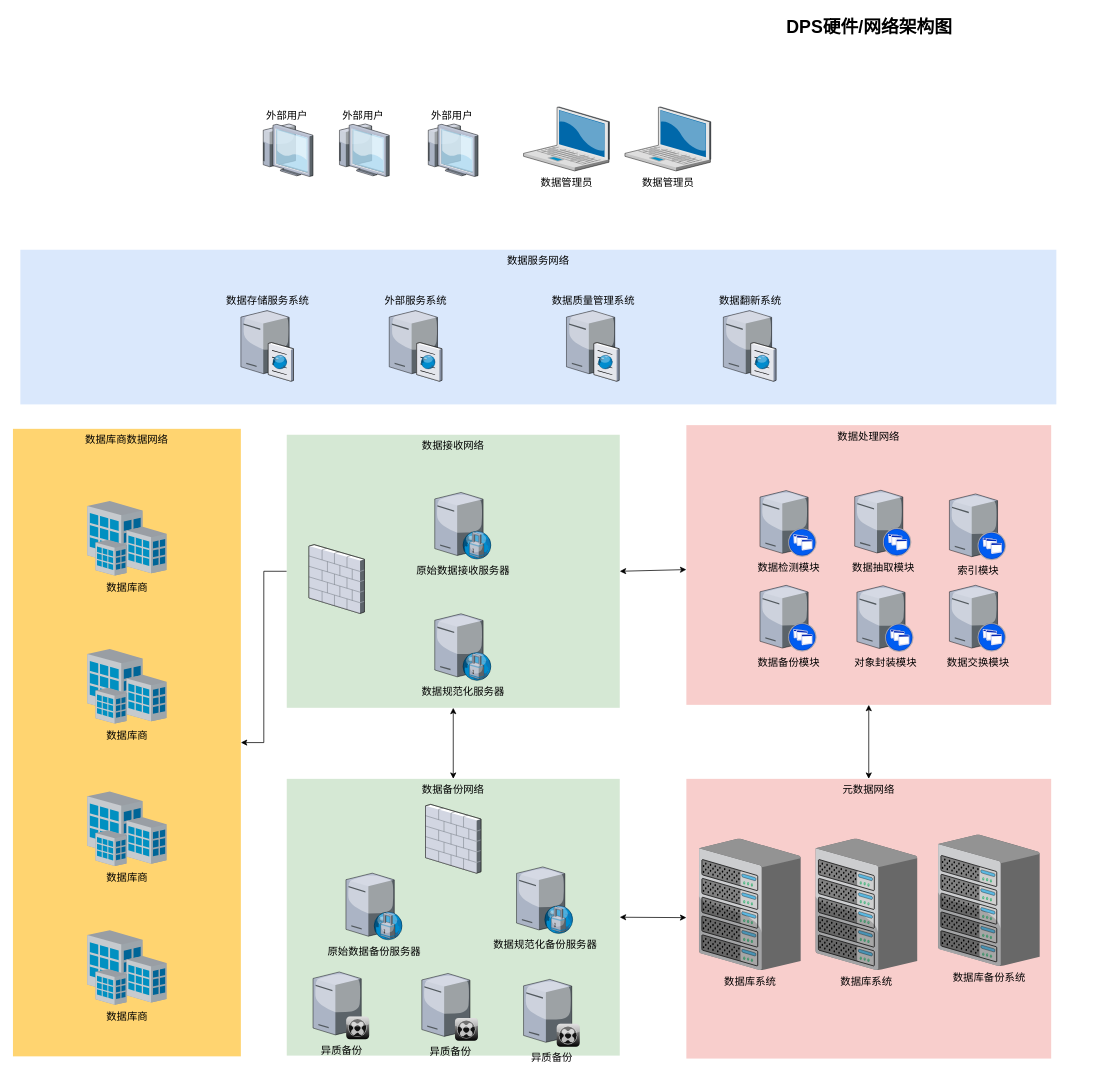
The draw.io diagram DPSNEW-hardwareall.drawio in czjczj20/draw.io, before the edit. Source tidied: cells renumbered, new cells numbered last; positions are measured from the earlier drawing's top-left corner, leaving out a move shared by most shapes. Both pictures are drawn from the tidied source at 74%, with x=0, y=0 at pixel (13, 13).
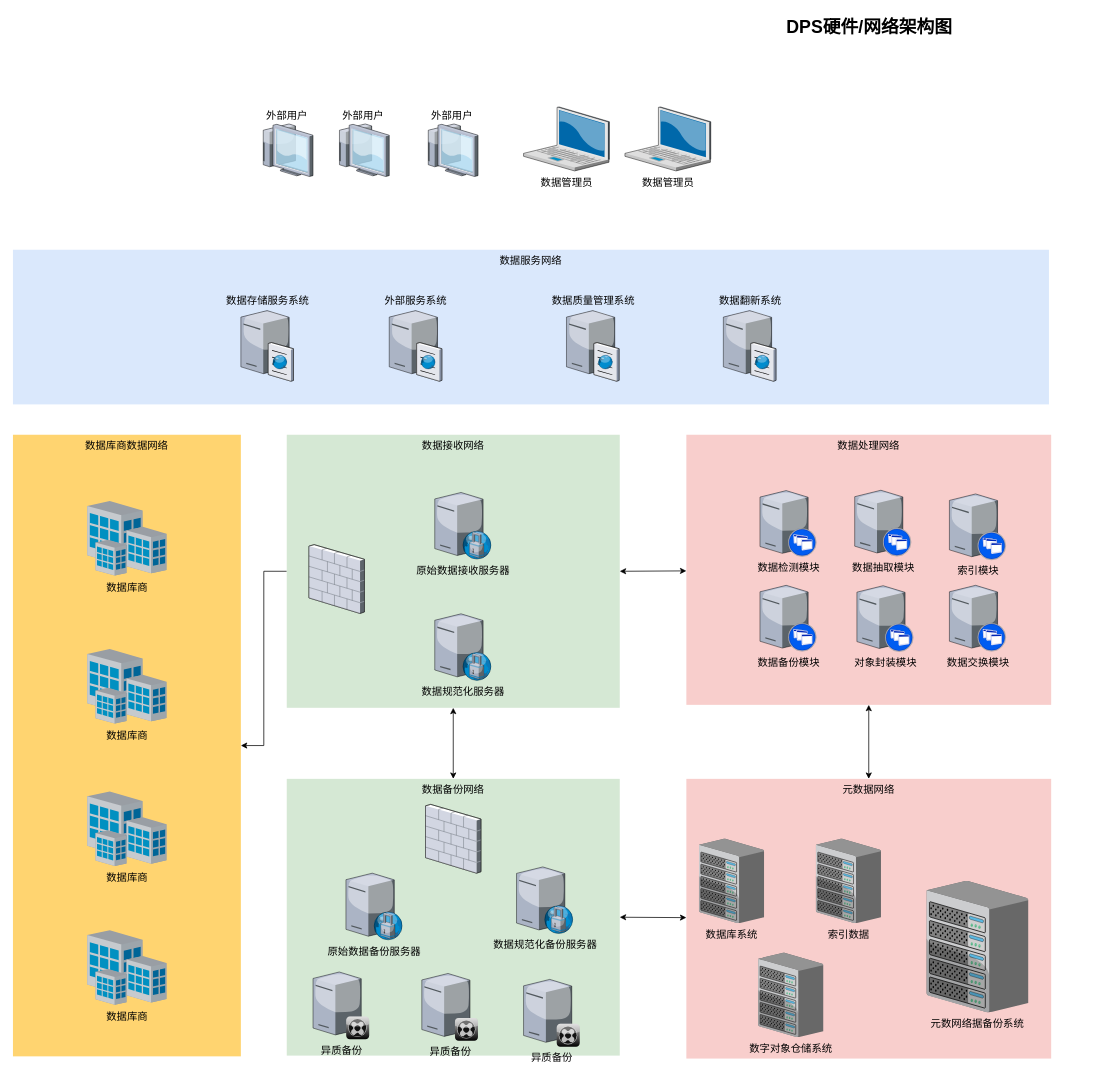
The same diagram, later.

What changed in the source:
```diff
@@
     <mxCell id="2" value="数据处理网络" style="whiteSpace=wrap;html=1;fillColor=#f8cecc;fontSize=14;strokeColor=none;verticalAlign=top;" parent="1" vertex="1">
-      <mxGeometry x="910" y="557" width="493" height="378" as="geometry" />
+      <mxGeometry x="910" y="570" width="493" height="365" as="geometry" />
     </mxCell>
@@
     <mxCell id="6" value="数据库商数据网络" style="whiteSpace=wrap;html=1;fillColor=#FFD470;gradientColor=none;fontSize=14;strokeColor=none;verticalAlign=top;" parent="1" vertex="1">
-      <mxGeometry y="562" width="308" height="848" as="geometry" />
+      <mxGeometry y="570" width="308" height="840" as="geometry" />
     </mxCell>
@@
     <mxCell id="16" value="数据库系统" style="verticalLabelPosition=bottom;html=1;verticalAlign=top;strokeColor=none;shape=mxgraph.citrix.chassis;fillColor=#66B2FF;gradientColor=#0066CC;fontSize=14;" parent="1" vertex="1">
-      <mxGeometry x="927" y="1116" width="137.5" height="177.5" as="geometry" />
+      <mxGeometry x="927" y="1116" width="88" height="114" as="geometry" />
     </mxCell>
@@
-    <mxCell id="27" value="数据库备份系统" style="verticalLabelPosition=bottom;html=1;verticalAlign=top;strokeColor=none;shape=mxgraph.citrix.chassis;fillColor=#66B2FF;gradientColor=#0066CC;fontSize=14;" parent="1" vertex="1">
-      <mxGeometry x="1250" y="1110.5" width="137.5" height="177.5" as="geometry" />
+    <mxCell id="27" value="元数网络据备份系统" style="verticalLabelPosition=bottom;html=1;verticalAlign=top;strokeColor=none;shape=mxgraph.citrix.chassis;fillColor=#66B2FF;gradientColor=#0066CC;fontSize=14;" parent="1" vertex="1">
+      <mxGeometry x="1234.5" y="1173" width="137.5" height="177.5" as="geometry" />
     </mxCell>
     <mxCell id="28" value="数据服务网络" style="whiteSpace=wrap;html=1;fillColor=#dae8fc;fontSize=14;strokeColor=none;verticalAlign=top;" parent="1" vertex="1">
-      <mxGeometry x="10" y="320" width="1400" height="209" as="geometry" />
+      <mxGeometry y="320" width="1400" height="209" as="geometry" />
     </mxCell>
@@
-    <mxCell id="35" value="数据库系统" style="verticalLabelPosition=bottom;html=1;verticalAlign=top;strokeColor=none;shape=mxgraph.citrix.chassis;fillColor=#66B2FF;gradientColor=#0066CC;fontSize=14;" parent="1" vertex="1">
-      <mxGeometry x="1084.5" y="1116" width="137.5" height="177.5" as="geometry" />
+    <mxCell id="35" value="索引数据" style="verticalLabelPosition=bottom;html=1;verticalAlign=top;strokeColor=none;shape=mxgraph.citrix.chassis;fillColor=#66B2FF;gradientColor=#0066CC;fontSize=14;" parent="1" vertex="1">
+      <mxGeometry x="1085" y="1116" width="88" height="114" as="geometry" />
     </mxCell>
@@
+    <mxCell id="45" value="数字对象仓储系统" style="verticalLabelPosition=bottom;html=1;verticalAlign=top;strokeColor=none;shape=mxgraph.citrix.chassis;fillColor=#66B2FF;gradientColor=#0066CC;fontSize=14;" parent="1" vertex="1">
+      <mxGeometry x="1007" y="1270" width="88" height="114" as="geometry" />
+    </mxCell>
```
